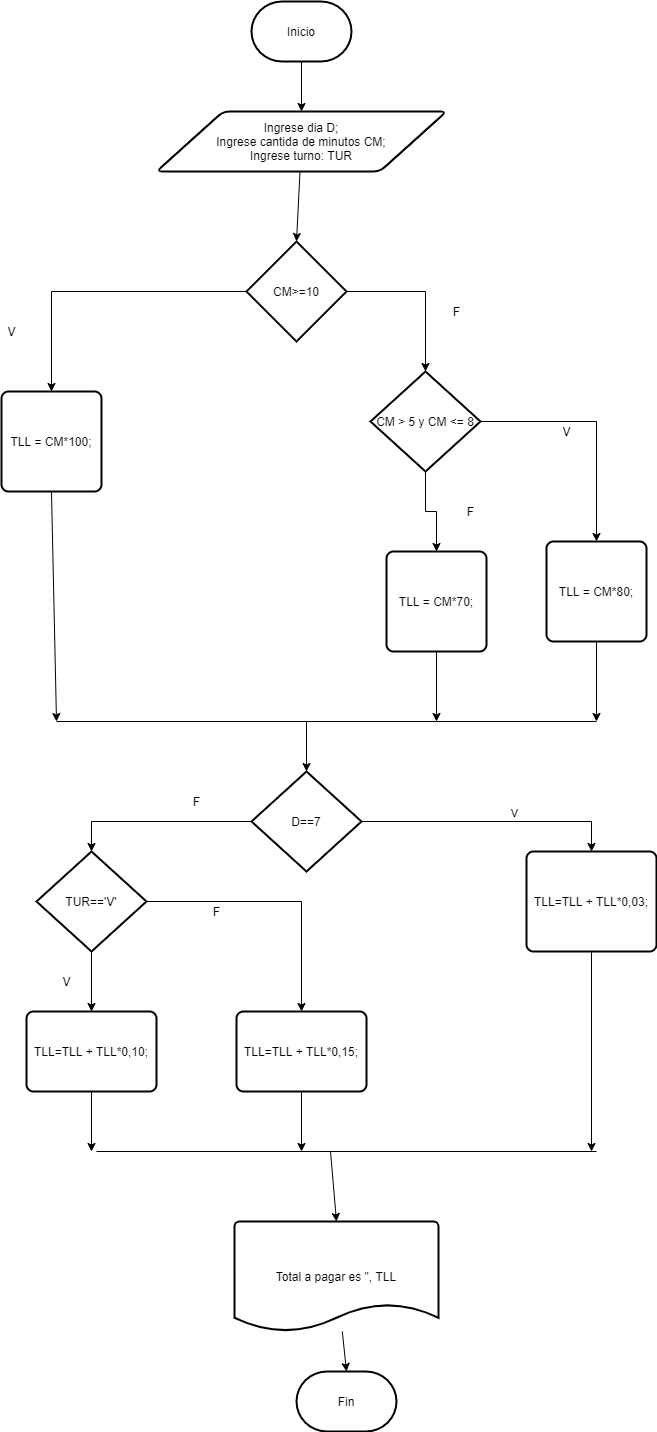
Before: 5.-Diagramas de flujo/clase9_diagrama3_11052021.png, a diagram exported from draw.io (derajah/-Modulo-Programacion-Basica-en-Java). Source tidied: cells renumbered, new cells last; positions are measured from the earlier drawing's top-left corner, leaving out a move shared by most shapes. Source of this version:
```xml
<mxGraphModel>
  <root>
    <mxCell id="0" />
    <mxCell id="1" parent="0" />
    <mxCell id="2" style="edgeStyle=none;rounded=0;jettySize=auto;html=1;entryX=0.5;entryY=0;entryDx=0;entryDy=0;" parent="1" edge="1" source="3" target="5">
      <mxGeometry relative="1" as="geometry" />
    </mxCell>
    <mxCell id="3" value="Inicio" style="strokeWidth=2;html=1;shape=mxgraph.flowchart.terminator;whiteSpace=wrap;" parent="1" vertex="1">
      <mxGeometry x="250" width="100" height="60" as="geometry" />
    </mxCell>
    <mxCell id="4" style="edgeStyle=none;rounded=0;jettySize=auto;html=1;entryX=0.5;entryY=0;entryDx=0;entryDy=0;entryPerimeter=0;" parent="1" edge="1" source="5" target="19">
      <mxGeometry relative="1" as="geometry" />
    </mxCell>
    <mxCell id="5" value="Ingrese dia D;&lt;br&gt;Ingrese cantida de minutos CM;&lt;br&gt;Ingrese turno: TUR" style="shape=parallelogram;html=1;strokeWidth=2;perimeter=parallelogramPerimeter;whiteSpace=wrap;rounded=1;arcSize=12;size=0.23;" parent="1" vertex="1">
      <mxGeometry x="155" y="110" width="290" height="60" as="geometry" />
    </mxCell>
    <mxCell id="6" value="TLL = CM*100;" style="rounded=1;whiteSpace=wrap;html=1;absoluteArcSize=1;arcSize=14;strokeWidth=2;" parent="1" vertex="1">
      <mxGeometry y="390" width="100" height="100" as="geometry" />
    </mxCell>
    <mxCell id="7" style="edgeStyle=none;rounded=0;jettySize=auto;html=1;exitX=0.5;exitY=1;exitDx=0;exitDy=0;" parent="1" edge="1" source="6">
      <mxGeometry relative="1" as="geometry">
        <mxPoint x="55" y="720" as="targetPoint" />
      </mxGeometry>
    </mxCell>
    <mxCell id="8" style="edgeStyle=none;rounded=0;jettySize=auto;html=1;" parent="1" edge="1" source="9">
      <mxGeometry relative="1" as="geometry">
        <mxPoint x="435" y="720" as="targetPoint" />
      </mxGeometry>
    </mxCell>
    <mxCell id="9" value="TLL = CM*70;" style="rounded=1;whiteSpace=wrap;html=1;absoluteArcSize=1;arcSize=14;strokeWidth=2;" parent="1" vertex="1">
      <mxGeometry x="385" y="550" width="100" height="100" as="geometry" />
    </mxCell>
    <mxCell id="10" style="edgeStyle=none;rounded=0;jettySize=auto;html=1;" parent="1" edge="1" source="11">
      <mxGeometry relative="1" as="geometry">
        <mxPoint x="595" y="720" as="targetPoint" />
      </mxGeometry>
    </mxCell>
    <mxCell id="11" value="TLL = CM*80;" style="rounded=1;whiteSpace=wrap;html=1;absoluteArcSize=1;arcSize=14;strokeWidth=2;" parent="1" vertex="1">
      <mxGeometry x="545" y="540" width="100" height="100" as="geometry" />
    </mxCell>
    <mxCell id="12" style="edgeStyle=none;rounded=0;jettySize=auto;html=1;entryX=0.5;entryY=0;entryDx=0;entryDy=0;entryPerimeter=0;" parent="1" edge="1" source="13" target="14">
      <mxGeometry relative="1" as="geometry" />
    </mxCell>
    <mxCell id="13" value="Total a pagar es &quot;, TLL" style="strokeWidth=2;html=1;shape=mxgraph.flowchart.document2;whiteSpace=wrap;size=0.25;" parent="1" vertex="1">
      <mxGeometry x="233" y="1220" width="204" height="110" as="geometry" />
    </mxCell>
    <mxCell id="14" value="Fin" style="strokeWidth=2;html=1;shape=mxgraph.flowchart.terminator;whiteSpace=wrap;" parent="1" vertex="1">
      <mxGeometry x="295" y="1370" width="100" height="60" as="geometry" />
    </mxCell>
    <mxCell id="15" style="endArrow=none;html=1;" parent="1" edge="1">
      <mxGeometry relative="1" as="geometry">
        <mxPoint x="55" y="720" as="sourcePoint" />
        <mxPoint x="595" y="720" as="targetPoint" />
      </mxGeometry>
    </mxCell>
    <mxCell id="16" style="endArrow=classic;html=1;entryX=0.5;entryY=0;entryDx=0;entryDy=0;entryPerimeter=0;" parent="1" edge="1" target="30">
      <mxGeometry relative="1" as="geometry">
        <mxPoint x="305" y="720" as="sourcePoint" />
      </mxGeometry>
    </mxCell>
    <mxCell id="17" style="edgeStyle=orthogonalEdgeStyle;rounded=0;jettySize=auto;html=1;entryX=0.5;entryY=0;entryDx=0;entryDy=0;" parent="1" edge="1" source="19" target="6">
      <mxGeometry relative="1" as="geometry" />
    </mxCell>
    <mxCell id="18" style="edgeStyle=orthogonalEdgeStyle;rounded=0;jettySize=auto;html=1;entryX=0.5;entryY=0;entryDx=0;entryDy=0;entryPerimeter=0;" parent="1" edge="1" source="19" target="24">
      <mxGeometry relative="1" as="geometry" />
    </mxCell>
    <mxCell id="19" value="CM&amp;gt;=10" style="strokeWidth=2;html=1;shape=mxgraph.flowchart.decision;whiteSpace=wrap;" parent="1" vertex="1">
      <mxGeometry x="245" y="240" width="100" height="100" as="geometry" />
    </mxCell>
    <mxCell id="20" value="V" style="text;html=1;align=center;verticalAlign=middle;strokeColor=none;" parent="1" vertex="1">
      <mxGeometry y="320" width="20" height="20" as="geometry" />
    </mxCell>
    <mxCell id="21" value="F" style="text;html=1;align=center;verticalAlign=middle;strokeColor=none;" parent="1" vertex="1">
      <mxGeometry x="445" y="300" width="20" height="20" as="geometry" />
    </mxCell>
    <mxCell id="22" style="edgeStyle=orthogonalEdgeStyle;rounded=0;jettySize=auto;html=1;entryX=0.5;entryY=0;entryDx=0;entryDy=0;" parent="1" edge="1" source="24" target="11">
      <mxGeometry relative="1" as="geometry" />
    </mxCell>
    <mxCell id="23" style="edgeStyle=orthogonalEdgeStyle;rounded=0;jettySize=auto;html=1;entryX=0.5;entryY=0;entryDx=0;entryDy=0;" parent="1" edge="1" source="24" target="9">
      <mxGeometry relative="1" as="geometry" />
    </mxCell>
    <mxCell id="24" value="CM &amp;gt; 5 y CM &amp;lt;= 8" style="strokeWidth=2;html=1;shape=mxgraph.flowchart.decision;whiteSpace=wrap;" parent="1" vertex="1">
      <mxGeometry x="369" y="370" width="110" height="100" as="geometry" />
    </mxCell>
    <mxCell id="25" value="V" style="text;html=1;align=center;verticalAlign=middle;" parent="1" vertex="1">
      <mxGeometry x="555" y="420" width="20" height="20" as="geometry" />
    </mxCell>
    <mxCell id="26" value="F" style="text;html=1;align=center;verticalAlign=middle;" parent="1" vertex="1">
      <mxGeometry x="459" y="500" width="20" height="20" as="geometry" />
    </mxCell>
    <mxCell id="27" style="edgeStyle=orthogonalEdgeStyle;rounded=0;jettySize=auto;html=1;entryX=0.5;entryY=0;entryDx=0;entryDy=0;" parent="1" edge="1" source="30" target="32">
      <mxGeometry relative="1" as="geometry" />
    </mxCell>
    <mxCell id="28" value="V" style="edgeLabel;html=1;align=center;verticalAlign=middle;" parent="27" vertex="1">
      <mxGeometry x="0.17" y="9" relative="1" as="geometry" />
    </mxCell>
    <mxCell id="29" style="edgeStyle=orthogonalEdgeStyle;rounded=0;jettySize=auto;html=1;entryX=0.5;entryY=0;entryDx=0;entryDy=0;entryPerimeter=0;" parent="1" edge="1" source="30" target="36">
      <mxGeometry relative="1" as="geometry" />
    </mxCell>
    <mxCell id="30" value="D==7" style="strokeWidth=2;html=1;shape=mxgraph.flowchart.decision;whiteSpace=wrap;" parent="1" vertex="1">
      <mxGeometry x="250" y="770" width="110" height="100" as="geometry" />
    </mxCell>
    <mxCell id="31" style="edgeStyle=orthogonalEdgeStyle;rounded=0;jettySize=auto;html=1;" parent="1" edge="1" source="32">
      <mxGeometry relative="1" as="geometry">
        <mxPoint x="590" y="1150" as="targetPoint" />
      </mxGeometry>
    </mxCell>
    <mxCell id="32" value="TLL=TLL + TLL*0,03;" style="rounded=1;whiteSpace=wrap;html=1;absoluteArcSize=1;arcSize=14;strokeWidth=2;" parent="1" vertex="1">
      <mxGeometry x="525" y="850" width="130" height="100" as="geometry" />
    </mxCell>
    <mxCell id="33" value="F" style="text;html=1;align=center;verticalAlign=middle;" parent="1" vertex="1">
      <mxGeometry x="185" y="790" width="20" height="20" as="geometry" />
    </mxCell>
    <mxCell id="34" style="edgeStyle=orthogonalEdgeStyle;rounded=0;jettySize=auto;html=1;entryX=0.5;entryY=0;entryDx=0;entryDy=0;" parent="1" edge="1" source="36" target="38">
      <mxGeometry relative="1" as="geometry" />
    </mxCell>
    <mxCell id="35" style="edgeStyle=orthogonalEdgeStyle;rounded=0;jettySize=auto;html=1;entryX=0.5;entryY=0;entryDx=0;entryDy=0;" parent="1" edge="1" source="36" target="41">
      <mxGeometry relative="1" as="geometry" />
    </mxCell>
    <mxCell id="36" value="TUR=='V'" style="strokeWidth=2;html=1;shape=mxgraph.flowchart.decision;whiteSpace=wrap;" parent="1" vertex="1">
      <mxGeometry x="35" y="850" width="110" height="100" as="geometry" />
    </mxCell>
    <mxCell id="37" style="edgeStyle=orthogonalEdgeStyle;rounded=0;jettySize=auto;html=1;" parent="1" edge="1" source="38">
      <mxGeometry relative="1" as="geometry">
        <mxPoint x="90" y="1150" as="targetPoint" />
      </mxGeometry>
    </mxCell>
    <mxCell id="38" value="TLL=TLL + TLL*0,10;" style="rounded=1;whiteSpace=wrap;html=1;absoluteArcSize=1;arcSize=14;strokeWidth=2;" parent="1" vertex="1">
      <mxGeometry x="25" y="1010" width="130" height="80" as="geometry" />
    </mxCell>
    <mxCell id="39" value="V" style="text;html=1;align=center;verticalAlign=middle;" parent="1" vertex="1">
      <mxGeometry x="55" y="970" width="20" height="20" as="geometry" />
    </mxCell>
    <mxCell id="40" style="edgeStyle=orthogonalEdgeStyle;rounded=0;jettySize=auto;html=1;" parent="1" edge="1" source="41">
      <mxGeometry relative="1" as="geometry">
        <mxPoint x="300" y="1150" as="targetPoint" />
      </mxGeometry>
    </mxCell>
    <mxCell id="41" value="TLL=TLL + TLL*0,15;" style="rounded=1;whiteSpace=wrap;html=1;absoluteArcSize=1;arcSize=14;strokeWidth=2;" parent="1" vertex="1">
      <mxGeometry x="235" y="1010" width="130" height="80" as="geometry" />
    </mxCell>
    <mxCell id="42" value="F" style="text;html=1;align=center;verticalAlign=middle;" parent="1" vertex="1">
      <mxGeometry x="205" y="900" width="20" height="20" as="geometry" />
    </mxCell>
    <mxCell id="43" style="endArrow=none;html=1;" parent="1" edge="1">
      <mxGeometry relative="1" as="geometry">
        <mxPoint x="95" y="1150" as="sourcePoint" />
        <mxPoint x="595" y="1150" as="targetPoint" />
      </mxGeometry>
    </mxCell>
    <mxCell id="44" style="endArrow=classic;html=1;entryX=0.5;entryY=0;entryDx=0;entryDy=0;entryPerimeter=0;" parent="1" edge="1" target="13">
      <mxGeometry relative="1" as="geometry">
        <mxPoint x="329" y="1150" as="sourcePoint" />
      </mxGeometry>
    </mxCell>
  </root>
</mxGraphModel>
```
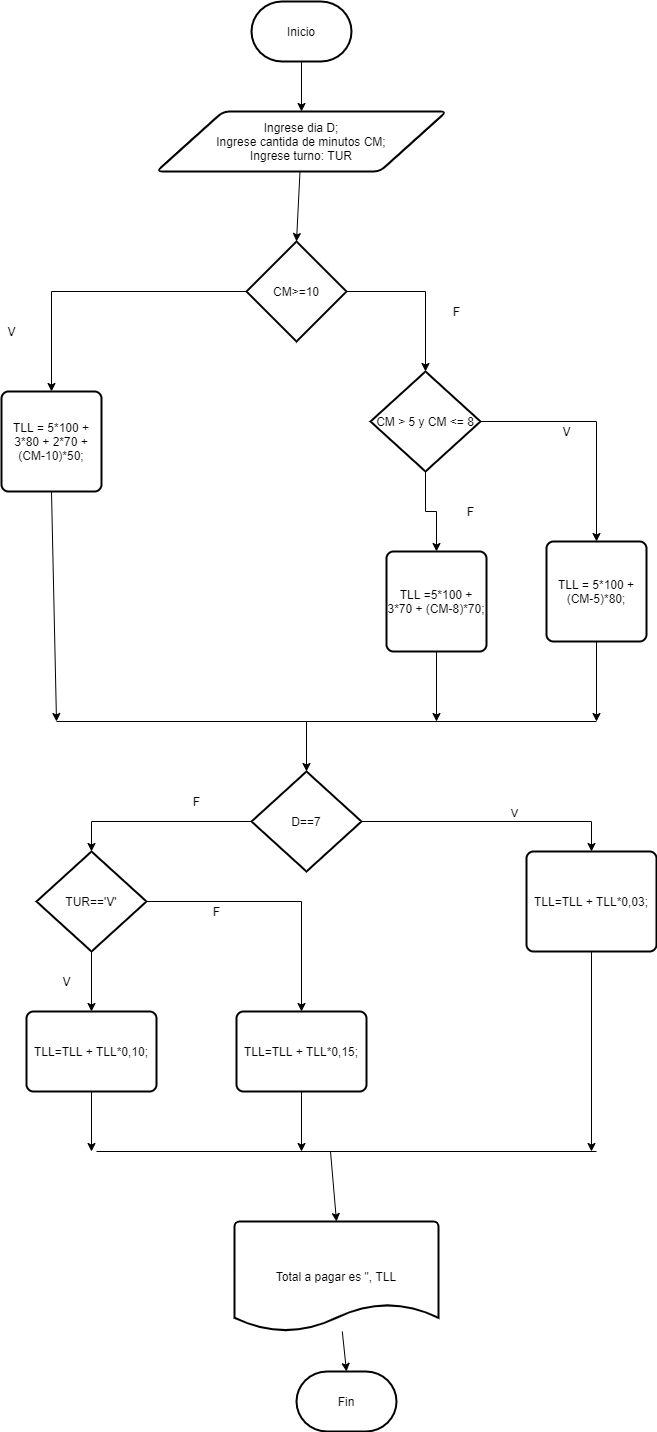
The same diagram one commit later.

Commit message:
Agrega clase 11 diagramas

Diff of the diagram source:
```diff
@@ -14,7 +14,7 @@
     <mxCell id="5" value="Ingrese dia D;&lt;br&gt;Ingrese cantida de minutos CM;&lt;br&gt;Ingrese turno: TUR" style="shape=parallelogram;html=1;strokeWidth=2;perimeter=parallelogramPerimeter;whiteSpace=wrap;rounded=1;arcSize=12;size=0.23;" parent="1" vertex="1">
       <mxGeometry x="155" y="110" width="290" height="60" as="geometry" />
     </mxCell>
-    <mxCell id="6" value="TLL = CM*100;" style="rounded=1;whiteSpace=wrap;html=1;absoluteArcSize=1;arcSize=14;strokeWidth=2;" parent="1" vertex="1">
+    <mxCell id="6" value="TLL = 5*100 + 3*80 + 2*70 + (CM-10)*50;" style="rounded=1;whiteSpace=wrap;html=1;absoluteArcSize=1;arcSize=14;strokeWidth=2;" parent="1" vertex="1">
       <mxGeometry y="390" width="100" height="100" as="geometry" />
     </mxCell>
     <mxCell id="7" style="edgeStyle=none;rounded=0;jettySize=auto;html=1;exitX=0.5;exitY=1;exitDx=0;exitDy=0;" parent="1" edge="1" source="6">
@@ -27,7 +27,7 @@
         <mxPoint x="435" y="720" as="targetPoint" />
       </mxGeometry>
     </mxCell>
-    <mxCell id="9" value="TLL = CM*70;" style="rounded=1;whiteSpace=wrap;html=1;absoluteArcSize=1;arcSize=14;strokeWidth=2;" parent="1" vertex="1">
+    <mxCell id="9" value="TLL =5*100 + 3*70 + (CM-8)*70;" style="rounded=1;whiteSpace=wrap;html=1;absoluteArcSize=1;arcSize=14;strokeWidth=2;" parent="1" vertex="1">
       <mxGeometry x="385" y="550" width="100" height="100" as="geometry" />
     </mxCell>
     <mxCell id="10" style="edgeStyle=none;rounded=0;jettySize=auto;html=1;" parent="1" edge="1" source="11">
@@ -35,7 +35,7 @@
         <mxPoint x="595" y="720" as="targetPoint" />
       </mxGeometry>
     </mxCell>
-    <mxCell id="11" value="TLL = CM*80;" style="rounded=1;whiteSpace=wrap;html=1;absoluteArcSize=1;arcSize=14;strokeWidth=2;" parent="1" vertex="1">
+    <mxCell id="11" value="TLL = 5*100 + (CM-5)*80;" style="rounded=1;whiteSpace=wrap;html=1;absoluteArcSize=1;arcSize=14;strokeWidth=2;" parent="1" vertex="1">
       <mxGeometry x="545" y="540" width="100" height="100" as="geometry" />
     </mxCell>
     <mxCell id="12" style="edgeStyle=none;rounded=0;jettySize=auto;html=1;entryX=0.5;entryY=0;entryDx=0;entryDy=0;entryPerimeter=0;" parent="1" edge="1" source="13" target="14">
```
